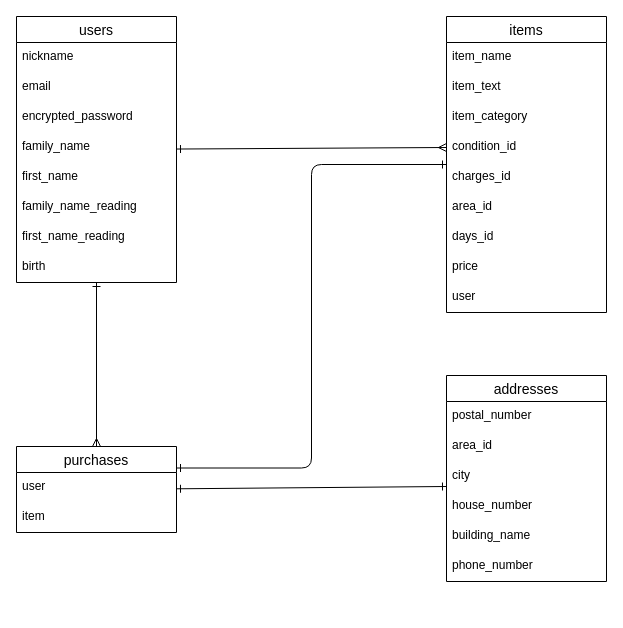
chin-ninn/furima-39116 keeps this draw.io diagram as furima.dio. Above is the earlier version. Source tidied: cells renumbered, new cells numbered last; positions are measured from the earlier drawing's top-left corner, leaving out a move shared by most shapes. Both pictures are drawn from the tidied source at 100%, with x=0, y=0 at pixel (16, 16).
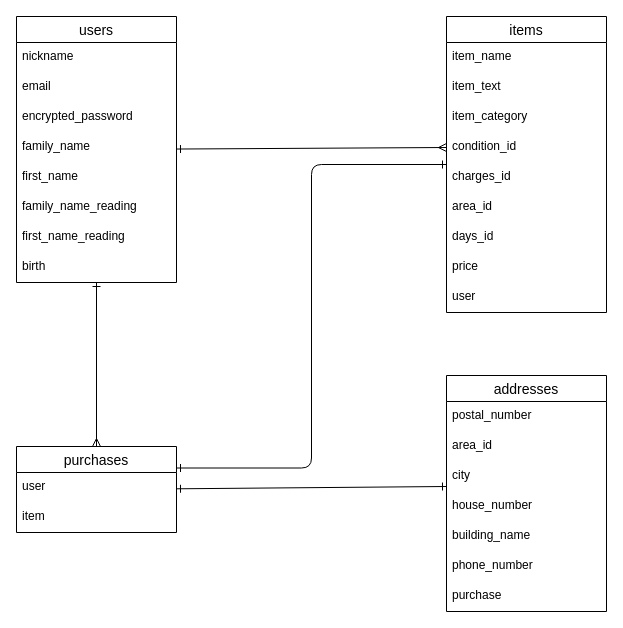
The same diagram, later.

Commit message (it also covers changes not shown here):
データベース設計の修正

Diff of the diagram source:
```diff
@@
     <mxCell id="24" value="addresses" style="swimlane;fontStyle=0;horizontal=1;startSize=26;align=center;fontSize=14;" parent="1" vertex="1">
-      <mxGeometry x="430" y="359" width="160" height="206" as="geometry" />
+      <mxGeometry x="430" y="359" width="160" height="236" as="geometry" />
     </mxCell>
@@
+    <mxCell id="35" value="purchase" style="text;strokeColor=none;fillColor=none;spacingLeft=4;spacingRight=4;overflow=hidden;fontSize=12;" parent="24" vertex="1">
+      <mxGeometry y="206" width="160" height="30" as="geometry" />
+    </mxCell>
```
